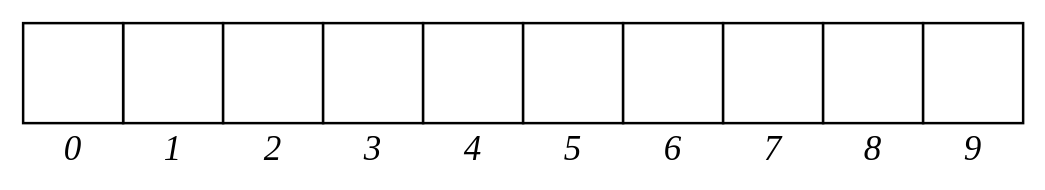
This is Ejercicio_11.1.drawio from FelipeAMC-2601/Diagramas, a draw.io file, before an edit. Source tidied: cells renumbered, new cells numbered last; positions are measured from the earlier drawing's top-left corner, leaving out a move shared by most shapes. Both pictures are drawn from the tidied source at 125%, with x=0, y=0 at pixel (22, 22).
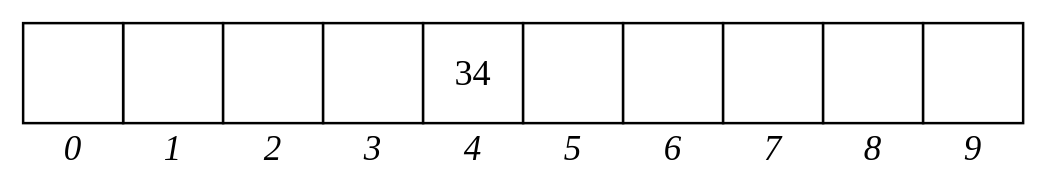
The same diagram, later.

Diff of the diagram source:
```diff
@@
-    <mxCell id="5" style="whiteSpace=wrap;html=1;strokeWidth=2;fontSize=13;" parent="1" vertex="1">
+    <mxCell id="5" value="&lt;font face=&quot;Times New Roman&quot; style=&quot;font-size: 29px&quot;&gt;34&lt;/font&gt;" style="whiteSpace=wrap;html=1;strokeWidth=2;fontSize=13;" parent="1" vertex="1">
       <mxGeometry x="320" width="80" height="80" as="geometry" />
     </mxCell>
```
